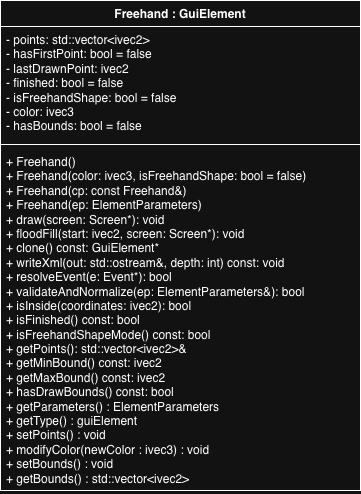
Before: images/Freehand_UML.png, a diagram exported from draw.io (cgreen2048/ArtHuddle). Source tidied: cells renumbered, new cells last; positions are measured from the earlier drawing's top-left corner, leaving out a move shared by most shapes.
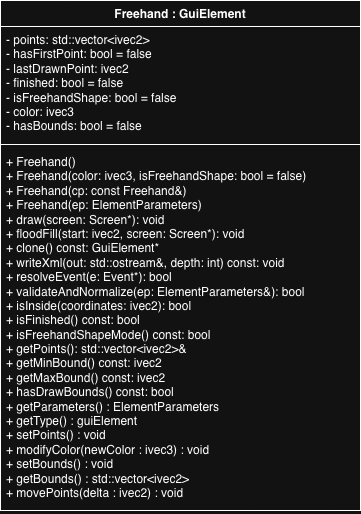
Above is the later version.

Change to the diagram source:
```diff
@@ -3,7 +3,7 @@
     <mxCell id="0" />
     <mxCell id="1" parent="0" />
     <mxCell id="2" value="Freehand : GuiElement" style="swimlane;fontStyle=1;align=center;verticalAlign=top;horizontal=1;startSize=26;whiteSpace=wrap;html=1;" parent="1" vertex="1">
-      <mxGeometry width="360" height="490" as="geometry" />
+      <mxGeometry width="360" height="510" as="geometry" />
     </mxCell>
     <mxCell id="3" value="- points: std::vector&amp;lt;ivec2&amp;gt;&lt;div&gt;- hasFirstPoint: bool = false&lt;/div&gt;&lt;div&gt;- lastDrawnPoint: ivec2&lt;/div&gt;&lt;div&gt;- finished: bool = false&lt;/div&gt;&lt;div&gt;- isFreehandShape: bool = false&lt;/div&gt;&lt;div&gt;- color: ivec3&lt;/div&gt;&lt;div&gt;- hasBounds: bool = false&lt;/div&gt;" style="text;strokeColor=none;fillColor=none;align=left;verticalAlign=top;spacingLeft=4;spacingRight=4;overflow=hidden;whiteSpace=wrap;html=1;" parent="2" vertex="1">
       <mxGeometry y="26" width="360" height="114" as="geometry" />
@@ -11,8 +11,8 @@
     <mxCell id="4" style="line;strokeWidth=1;fillColor=none;align=left;verticalAlign=middle;spacingTop=-1;spacingLeft=3;spacingRight=3;labelPosition=right;strokeColor=inherit;" parent="2" vertex="1">
       <mxGeometry y="140" width="360" height="8" as="geometry" />
     </mxCell>
-    <mxCell id="5" value="+ Freehand()&lt;div&gt;+ Freehand(color: ivec3, isFreehandShape: bool = false)&lt;/div&gt;&lt;div&gt;+ Freehand(cp: const Freehand&amp;amp;)&lt;/div&gt;&lt;div&gt;+ Freehand(ep: ElementParameters)&lt;/div&gt;&lt;div&gt;+ draw(screen: Screen*): void&lt;/div&gt;&lt;div&gt;+ floodFill(start: ivec2, screen: Screen*): void&lt;/div&gt;&lt;div&gt;+ clone() const: GuiElement*&lt;/div&gt;&lt;div&gt;+ writeXml(out:&amp;nbsp;&lt;span style=&quot;background-color: transparent; color: light-dark(rgb(0, 0, 0), rgb(255, 255, 255));&quot;&gt;std::ostream&amp;amp;&lt;/span&gt;&lt;span style=&quot;background-color: transparent; color: light-dark(rgb(0, 0, 0), rgb(255, 255, 255));&quot;&gt;, depth: int) const: void&lt;/span&gt;&lt;/div&gt;&lt;div&gt;+ resolveEvent(e: Event*): bool&lt;/div&gt;&lt;div&gt;+ validateAndNormalize(ep:&amp;nbsp;&lt;span style=&quot;background-color: transparent; color: light-dark(rgb(0, 0, 0), rgb(255, 255, 255));&quot;&gt;ElementParameters&amp;amp;&lt;/span&gt;&lt;span style=&quot;background-color: transparent; color: light-dark(rgb(0, 0, 0), rgb(255, 255, 255));&quot;&gt;): bool&lt;/span&gt;&lt;/div&gt;&lt;div&gt;+ isInside(coordinates: ivec2): bool&lt;/div&gt;&lt;div&gt;+ isFinished() const: bool&lt;/div&gt;&lt;div&gt;+ isFreehandShapeMode() const: bool&lt;/div&gt;&lt;div&gt;+ getPoints(): std::vector&amp;lt;ivec2&amp;gt;&amp;amp;&lt;/div&gt;&lt;div&gt;+ getMinBound() const: ivec2&lt;/div&gt;&lt;div&gt;+ getMaxBound() const: ivec2&lt;/div&gt;&lt;div&gt;+ hasDrawBounds() const: bool&lt;/div&gt;&lt;div&gt;+ getParameters() : ElementParameters&lt;/div&gt;&lt;div&gt;+ getType() : guiElement&lt;/div&gt;&lt;div&gt;+ setPoints() : void&lt;/div&gt;&lt;div&gt;&lt;div&gt;+ modifyColor(newColor : ivec3) : void&lt;/div&gt;&lt;div&gt;+ setBounds() : void&lt;/div&gt;&lt;div&gt;+ getBounds() : std::vector&amp;lt;ivec2&amp;gt;&lt;/div&gt;&lt;/div&gt;" style="text;strokeColor=none;fillColor=none;align=left;verticalAlign=top;spacingLeft=4;spacingRight=4;overflow=hidden;whiteSpace=wrap;html=1;" parent="2" vertex="1">
-      <mxGeometry y="148" width="360" height="342" as="geometry" />
+    <mxCell id="5" value="+ Freehand()&lt;div&gt;+ Freehand(color: ivec3, isFreehandShape: bool = false)&lt;/div&gt;&lt;div&gt;+ Freehand(cp: const Freehand&amp;amp;)&lt;/div&gt;&lt;div&gt;+ Freehand(ep: ElementParameters)&lt;/div&gt;&lt;div&gt;+ draw(screen: Screen*): void&lt;/div&gt;&lt;div&gt;+ floodFill(start: ivec2, screen: Screen*): void&lt;/div&gt;&lt;div&gt;+ clone() const: GuiElement*&lt;/div&gt;&lt;div&gt;+ writeXml(out:&amp;nbsp;&lt;span style=&quot;background-color: transparent; color: light-dark(rgb(0, 0, 0), rgb(255, 255, 255));&quot;&gt;std::ostream&amp;amp;&lt;/span&gt;&lt;span style=&quot;background-color: transparent; color: light-dark(rgb(0, 0, 0), rgb(255, 255, 255));&quot;&gt;, depth: int) const: void&lt;/span&gt;&lt;/div&gt;&lt;div&gt;+ resolveEvent(e: Event*): bool&lt;/div&gt;&lt;div&gt;+ validateAndNormalize(ep:&amp;nbsp;&lt;span style=&quot;background-color: transparent; color: light-dark(rgb(0, 0, 0), rgb(255, 255, 255));&quot;&gt;ElementParameters&amp;amp;&lt;/span&gt;&lt;span style=&quot;background-color: transparent; color: light-dark(rgb(0, 0, 0), rgb(255, 255, 255));&quot;&gt;): bool&lt;/span&gt;&lt;/div&gt;&lt;div&gt;+ isInside(coordinates: ivec2): bool&lt;/div&gt;&lt;div&gt;+ isFinished() const: bool&lt;/div&gt;&lt;div&gt;+ isFreehandShapeMode() const: bool&lt;/div&gt;&lt;div&gt;+ getPoints(): std::vector&amp;lt;ivec2&amp;gt;&amp;amp;&lt;/div&gt;&lt;div&gt;+ getMinBound() const: ivec2&lt;/div&gt;&lt;div&gt;+ getMaxBound() const: ivec2&lt;/div&gt;&lt;div&gt;+ hasDrawBounds() const: bool&lt;/div&gt;&lt;div&gt;+ getParameters() : ElementParameters&lt;/div&gt;&lt;div&gt;+ getType() : guiElement&lt;/div&gt;&lt;div&gt;+ setPoints() : void&lt;/div&gt;&lt;div&gt;&lt;div&gt;+ modifyColor(newColor : ivec3) : void&lt;/div&gt;&lt;div&gt;+ setBounds() : void&lt;/div&gt;&lt;div&gt;+ getBounds() : std::vector&amp;lt;ivec2&amp;gt;&lt;/div&gt;&lt;/div&gt;&lt;div&gt;+ movePoints(delta :&amp;nbsp;&lt;span style=&quot;background-color: transparent; color: light-dark(rgb(0, 0, 0), rgb(255, 255, 255));&quot;&gt;ivec2&lt;/span&gt;&lt;span style=&quot;background-color: transparent; color: light-dark(rgb(0, 0, 0), rgb(255, 255, 255));&quot;&gt;) : void&lt;/span&gt;&lt;/div&gt;" style="text;strokeColor=none;fillColor=none;align=left;verticalAlign=top;spacingLeft=4;spacingRight=4;overflow=hidden;whiteSpace=wrap;html=1;" parent="2" vertex="1">
+      <mxGeometry y="148" width="360" height="362" as="geometry" />
     </mxCell>
   </root>
 </mxGraphModel>
```
